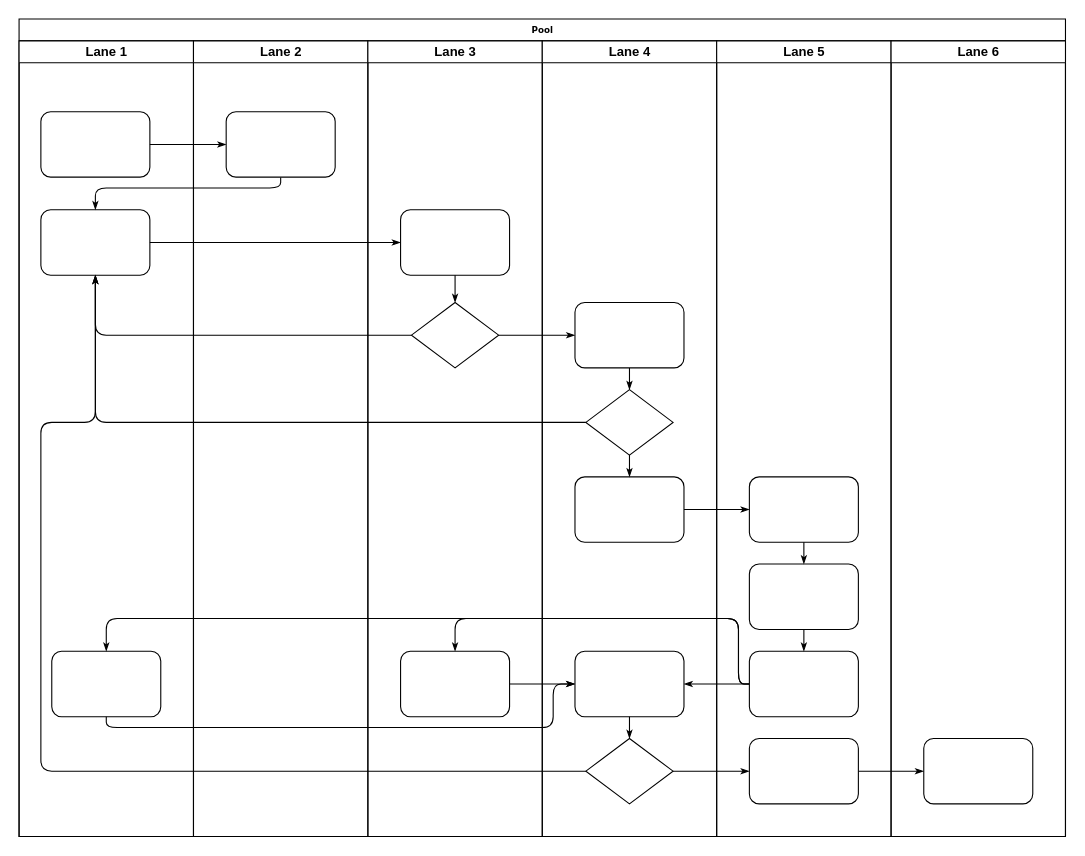
The draw.io diagram 场馆停课.drawio in akun87/activity, before the edit. Source tidied: cells renumbered, new cells numbered last; positions are measured from the earlier drawing's top-left corner, leaving out a move shared by most shapes. Both pictures are drawn from the tidied source at 109%, with x=0, y=0 at pixel (19, 19).
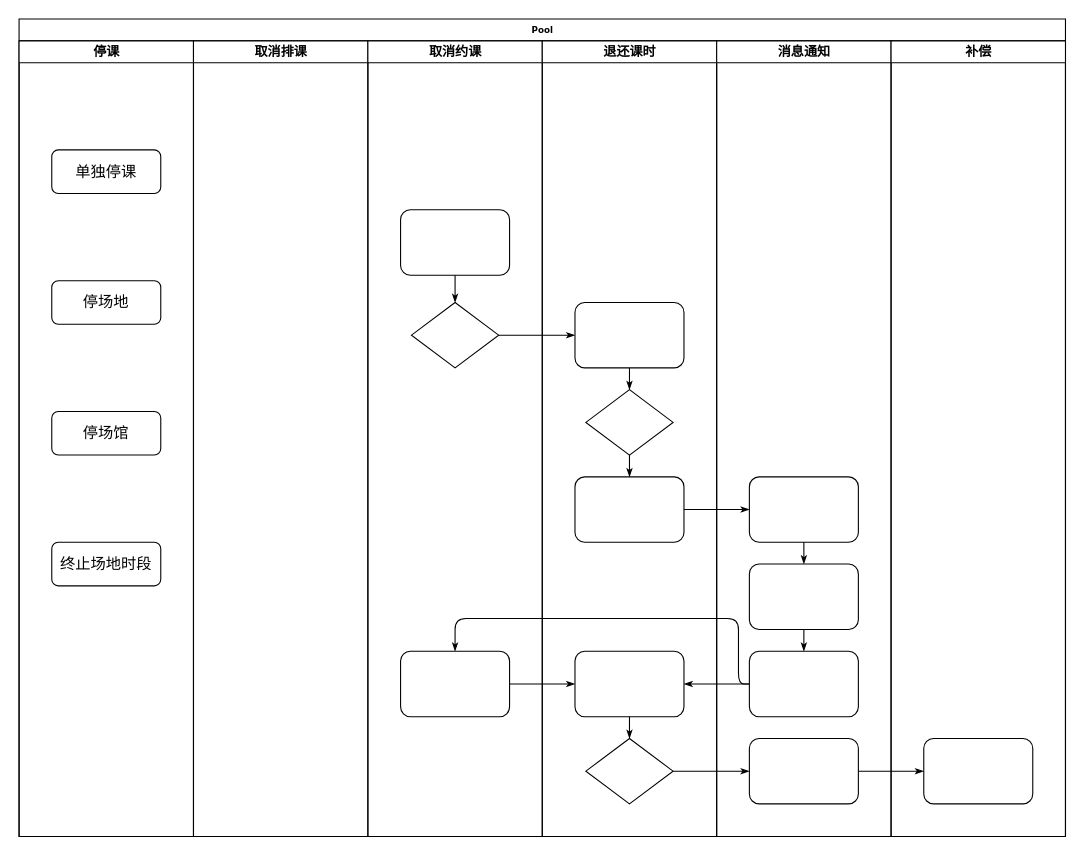
The same page after the edit.

Commit message (it also covers changes not shown here):
更新场馆停课.drawio

The change refers to these unchanged cells:
```xml
<mxCell id="2" value="Pool" style="swimlane;html=1;startSize=20;rounded=0;shadow=0;labelBackgroundColor=none;strokeWidth=1;fontFamily=Verdana;fontSize=8;align=center;" parent="1" vertex="1">
  <mxGeometry width="960" height="750" as="geometry" />
</mxCell>
<mxCell id="25" style="rounded=1;whiteSpace=wrap;html=1;shadow=0;labelBackgroundColor=none;strokeWidth=1;fontFamily=Verdana;fontSize=8;align=center;" parent="24" vertex="1">
  <mxGeometry x="30" y="155" width="100" height="60" as="geometry" />
</mxCell>
<mxCell id="26" style="rhombus;whiteSpace=wrap;html=1;rounded=0;shadow=0;labelBackgroundColor=none;strokeWidth=1;fontFamily=Verdana;fontSize=8;align=center;" parent="24" vertex="1">
  <mxGeometry x="40" y="240" width="80" height="60" as="geometry" />
</mxCell>
<mxCell id="31" style="rhombus;whiteSpace=wrap;html=1;rounded=0;shadow=0;labelBackgroundColor=none;strokeWidth=1;fontFamily=Verdana;fontSize=8;align=center;" parent="29" vertex="1">
  <mxGeometry x="40" y="320" width="80" height="60" as="geometry" />
</mxCell>
<mxCell id="33" style="rounded=1;whiteSpace=wrap;html=1;shadow=0;labelBackgroundColor=none;strokeWidth=1;fontFamily=Verdana;fontSize=8;align=center;" parent="29" vertex="1">
  <mxGeometry x="30" y="560" width="100" height="60" as="geometry" />
</mxCell>
<mxCell id="34" style="rhombus;whiteSpace=wrap;html=1;rounded=0;shadow=0;labelBackgroundColor=none;strokeWidth=1;fontFamily=Verdana;fontSize=8;align=center;" parent="29" vertex="1">
  <mxGeometry x="40" y="640" width="80" height="60" as="geometry" />
</mxCell>
<mxCell id="41" style="rounded=1;whiteSpace=wrap;html=1;shadow=0;labelBackgroundColor=none;strokeWidth=1;fontFamily=Verdana;fontSize=8;align=center;" parent="38" vertex="1">
  <mxGeometry x="30" y="560" width="100" height="60" as="geometry" />
</mxCell>
```

Diff of the diagram source:
```diff
@@
-    <mxCell id="3" value="Lane 1" style="swimlane;html=1;startSize=20;" parent="2" vertex="1">
+    <mxCell id="3" value="停课" style="swimlane;html=1;startSize=20;" parent="2" vertex="1">
       <mxGeometry y="20" width="160" height="730" as="geometry" />
     </mxCell>
-    <mxCell id="4" style="rounded=1;whiteSpace=wrap;html=1;shadow=0;labelBackgroundColor=none;strokeWidth=1;fontFamily=Verdana;fontSize=8;align=center;" parent="3" vertex="1">
-      <mxGeometry x="20" y="65" width="100" height="60" as="geometry" />
+    <mxCell id="4" value="&lt;font style=&quot;font-size: 14px&quot;&gt;单独停课&lt;/font&gt;" style="rounded=1;whiteSpace=wrap;html=1;shadow=0;labelBackgroundColor=none;strokeWidth=1;fontFamily=Verdana;fontSize=8;align=center;" parent="3" vertex="1">
+      <mxGeometry x="30" y="100" width="100" height="40" as="geometry" />
     </mxCell>
-    <mxCell id="5" style="rounded=1;whiteSpace=wrap;html=1;shadow=0;labelBackgroundColor=none;strokeWidth=1;fontFamily=Verdana;fontSize=8;align=center;" parent="3" vertex="1">
-      <mxGeometry x="20" y="155" width="100" height="60" as="geometry" />
-    </mxCell>
-    <mxCell id="6" style="rounded=1;whiteSpace=wrap;html=1;shadow=0;labelBackgroundColor=none;strokeWidth=1;fontFamily=Verdana;fontSize=8;align=center;" parent="3" vertex="1">
-      <mxGeometry x="30" y="560" width="100" height="60" as="geometry" />
-    </mxCell>
-    <mxCell id="7" style="edgeStyle=orthogonalEdgeStyle;rounded=1;html=1;labelBackgroundColor=none;startArrow=none;startFill=0;startSize=5;endArrow=classicThin;endFill=1;endSize=5;jettySize=auto;strokeWidth=1;fontFamily=Verdana;fontSize=8;" parent="2" edge="1" source="4" target="23">
-      <mxGeometry relative="1" as="geometry" />
-    </mxCell>
-    <mxCell id="8" style="edgeStyle=orthogonalEdgeStyle;rounded=1;html=1;labelBackgroundColor=none;startArrow=none;startFill=0;startSize=5;endArrow=classicThin;endFill=1;endSize=5;jettySize=auto;strokeWidth=1;fontFamily=Verdana;fontSize=8;" parent="2" edge="1" source="23" target="5">
-      <mxGeometry relative="1" as="geometry">
-        <Array as="points">
-          <mxPoint x="240" y="155" />
-          <mxPoint x="70" y="155" />
-        </Array>
-      </mxGeometry>
-    </mxCell>
-    <mxCell id="9" style="edgeStyle=orthogonalEdgeStyle;rounded=1;html=1;labelBackgroundColor=none;startArrow=none;startFill=0;startSize=5;endArrow=classicThin;endFill=1;endSize=5;jettySize=auto;strokeWidth=1;fontFamily=Verdana;fontSize=8;" parent="2" edge="1" source="5" target="25">
-      <mxGeometry relative="1" as="geometry" />
-    </mxCell>
-    <mxCell id="10" style="edgeStyle=orthogonalEdgeStyle;rounded=1;html=1;labelBackgroundColor=none;startArrow=none;startFill=0;startSize=5;endArrow=classicThin;endFill=1;endSize=5;jettySize=auto;strokeWidth=1;fontFamily=Verdana;fontSize=8;" parent="2" edge="1" source="26" target="5">
-      <mxGeometry relative="1" as="geometry" />
-    </mxCell>
-    <mxCell id="11" style="edgeStyle=orthogonalEdgeStyle;rounded=1;html=1;labelBackgroundColor=none;startArrow=none;startFill=0;startSize=5;endArrow=classicThin;endFill=1;endSize=5;jettySize=auto;strokeWidth=1;fontFamily=Verdana;fontSize=8;" parent="2" edge="1" source="31" target="5">
-      <mxGeometry relative="1" as="geometry" />
-    </mxCell>
-    <mxCell id="12" style="edgeStyle=orthogonalEdgeStyle;rounded=1;html=1;labelBackgroundColor=none;startArrow=none;startFill=0;startSize=5;endArrow=classicThin;endFill=1;endSize=5;jettySize=auto;strokeWidth=1;fontFamily=Verdana;fontSize=8;" parent="2" edge="1" source="34" target="5">
-      <mxGeometry relative="1" as="geometry">
-        <Array as="points">
-          <mxPoint x="20" y="690" />
-          <mxPoint x="20" y="370" />
-          <mxPoint x="70" y="370" />
-        </Array>
-      </mxGeometry>
-    </mxCell>
+    <mxCell id="47" value="&lt;font style=&quot;font-size: 14px&quot;&gt;停场地&lt;/font&gt;" style="rounded=1;whiteSpace=wrap;html=1;shadow=0;labelBackgroundColor=none;strokeWidth=1;fontFamily=Verdana;fontSize=8;align=center;" parent="3" vertex="1">
+      <mxGeometry x="30" y="220" width="100" height="40" as="geometry" />
+    </mxCell>
+    <mxCell id="48" value="&lt;font style=&quot;font-size: 14px&quot;&gt;停场馆&lt;/font&gt;" style="rounded=1;whiteSpace=wrap;html=1;shadow=0;labelBackgroundColor=none;strokeWidth=1;fontFamily=Verdana;fontSize=8;align=center;" parent="3" vertex="1">
+      <mxGeometry x="30" y="340" width="100" height="40" as="geometry" />
+    </mxCell>
+    <mxCell id="49" value="&lt;font style=&quot;font-size: 14px&quot;&gt;终止场地时段&lt;/font&gt;" style="rounded=1;whiteSpace=wrap;html=1;shadow=0;labelBackgroundColor=none;strokeWidth=1;fontFamily=Verdana;fontSize=8;align=center;" parent="3" vertex="1">
+      <mxGeometry x="30" y="460" width="100" height="40" as="geometry" />
+    </mxCell>
@@
-    <mxCell id="19" style="edgeStyle=orthogonalEdgeStyle;rounded=1;html=1;labelBackgroundColor=none;startArrow=none;startFill=0;startSize=5;endArrow=classicThin;endFill=1;endSize=5;jettySize=auto;strokeWidth=1;fontFamily=Verdana;fontSize=8;" parent="2" edge="1" source="41" target="6">
-      <mxGeometry relative="1" as="geometry">
-        <Array as="points">
-          <mxPoint x="660" y="610" />
-          <mxPoint x="660" y="550" />
-          <mxPoint x="80" y="550" />
-        </Array>
-      </mxGeometry>
-    </mxCell>
-    <mxCell id="20" style="edgeStyle=orthogonalEdgeStyle;rounded=1;html=1;labelBackgroundColor=none;startArrow=none;startFill=0;startSize=5;endArrow=classicThin;endFill=1;endSize=5;jettySize=auto;strokeWidth=1;fontFamily=Verdana;fontSize=8;" parent="2" edge="1" source="6" target="33">
-      <mxGeometry relative="1" as="geometry">
-        <Array as="points">
-          <mxPoint x="80" y="650" />
-          <mxPoint x="490" y="650" />
-          <mxPoint x="490" y="610" />
-        </Array>
-      </mxGeometry>
-    </mxCell>
@@
-    <mxCell id="22" value="Lane 2" style="swimlane;html=1;startSize=20;" parent="2" vertex="1">
+    <mxCell id="22" value="取消排课" style="swimlane;html=1;startSize=20;" parent="2" vertex="1">
       <mxGeometry x="160" y="20" width="160" height="730" as="geometry" />
     </mxCell>
-    <mxCell id="23" style="rounded=1;whiteSpace=wrap;html=1;shadow=0;labelBackgroundColor=none;strokeWidth=1;fontFamily=Verdana;fontSize=8;align=center;" parent="22" vertex="1">
-      <mxGeometry x="30" y="65" width="100" height="60" as="geometry" />
-    </mxCell>
-    <mxCell id="24" value="Lane 3" style="swimlane;html=1;startSize=20;" parent="2" vertex="1">
+    <mxCell id="24" value="取消约课" style="swimlane;html=1;startSize=20;" parent="2" vertex="1">
       <mxGeometry x="320" y="20" width="160" height="730" as="geometry" />
     </mxCell>
@@
-    <mxCell id="29" value="Lane 4" style="swimlane;html=1;startSize=20;" parent="2" vertex="1">
+    <mxCell id="29" value="退还课时" style="swimlane;html=1;startSize=20;" parent="2" vertex="1">
       <mxGeometry x="480" y="20" width="160" height="730" as="geometry" />
     </mxCell>
@@
-    <mxCell id="38" value="Lane 5" style="swimlane;html=1;startSize=20;" parent="2" vertex="1">
+    <mxCell id="38" value="消息通知" style="swimlane;html=1;startSize=20;" parent="2" vertex="1">
       <mxGeometry x="640" y="20" width="160" height="730" as="geometry" />
     </mxCell>
@@
-    <mxCell id="45" value="Lane 6" style="swimlane;html=1;startSize=20;" parent="2" vertex="1">
+    <mxCell id="45" value="补偿" style="swimlane;html=1;startSize=20;" parent="2" vertex="1">
       <mxGeometry x="800" y="20" width="160" height="730" as="geometry" />
     </mxCell>
```
